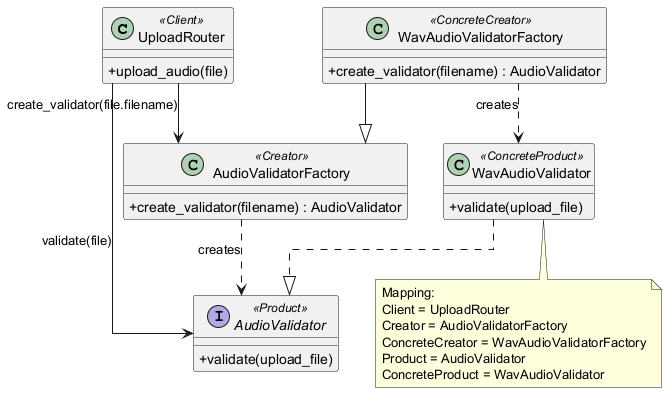
ASHRAF-2004/Machine-Learning-Based-System-for-Cardiopulmonary-Sound-Separation keeps this PlantUML diagram as docs/software_design_report/diagrams/img/factory_method_project.png. Above is the earlier version.
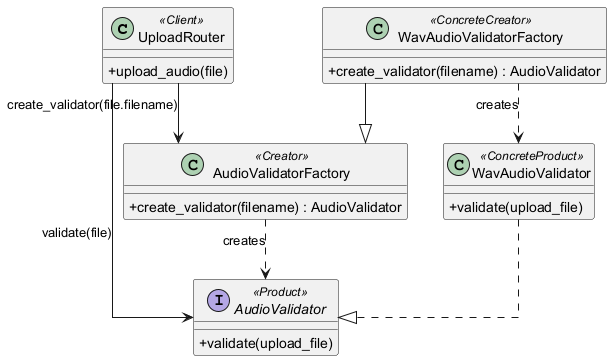
The same file after the commit.

Change to the diagram source:
```diff
@@ -4,7 +4,7 @@
 skinparam shadowing false
 skinparam linetype ortho
 
-class "UploadRouter" as UploadRouter <<Client>> {
+class UploadRouter <<Client>> {
   +upload_audio(file)
 }
 
@@ -31,13 +31,4 @@
 WavAudioValidator ..|> AudioValidator
 UploadRouter --> AudioValidator : validate(file)
 
-note bottom
-  Mapping:
-  Client = UploadRouter
-  Creator = AudioValidatorFactory
-  ConcreteCreator = WavAudioValidatorFactory
-  Product = AudioValidator
-  ConcreteProduct = WavAudioValidator
-end note
-
 @enduml
```
